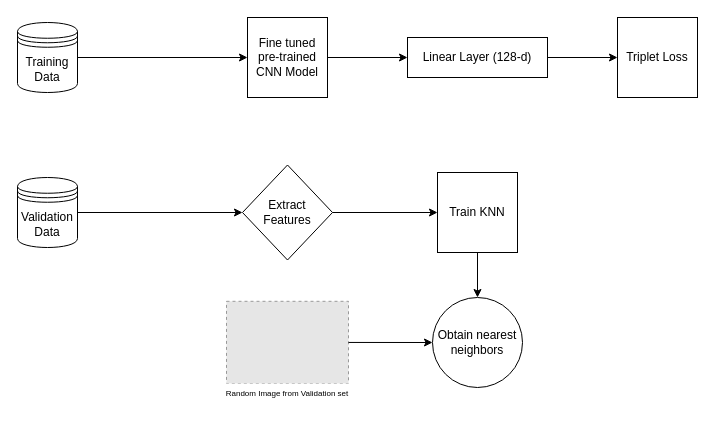
Earlier version of the draw.io diagram data/Indentical Image Retrieval.drawio (sayannath/Identical-Image-Retrieval). Source tidied: cells renumbered, new cells numbered last; positions are measured from the earlier drawing's top-left corner, leaving out a move shared by most shapes. Both pictures are drawn from the tidied source at 100%, with x=0, y=0 at pixel (17, 17). Pictures stored in the file or linked from it are replaced by grey dashed boxes.
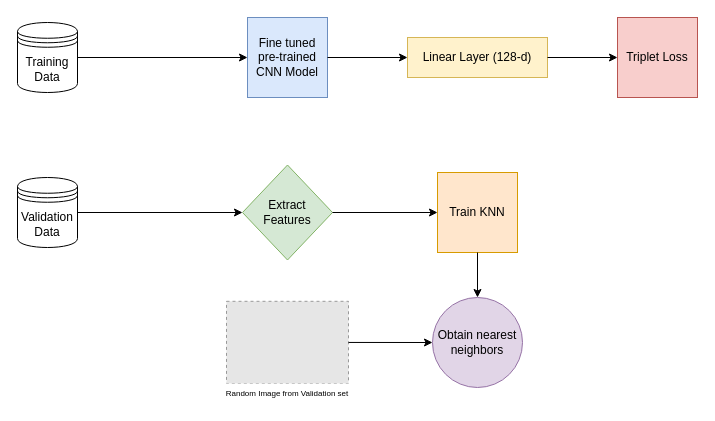
The same diagram, later.

What changed in the source:
```diff
@@
 <mxGraphModel>
   <root>
     <mxCell id="0" />
     <mxCell id="1" parent="0" />
     <mxCell id="2" value="Training&lt;br&gt;Data" style="shape=datastore;whiteSpace=wrap;html=1;" parent="1" vertex="1">
       <mxGeometry y="5" width="60" height="70" as="geometry" />
     </mxCell>
     <mxCell id="3" value="Validation&lt;br&gt;Data" style="shape=datastore;whiteSpace=wrap;html=1;" parent="1" vertex="1">
       <mxGeometry y="160" width="60" height="70" as="geometry" />
     </mxCell>
-    <mxCell id="4" value="Fine tuned pre-trained&lt;br&gt;CNN Model" style="whiteSpace=wrap;html=1;" parent="1" vertex="1">
+    <mxCell id="4" value="Fine tuned pre-trained&lt;br&gt;CNN Model" style="whiteSpace=wrap;html=1;fillColor=#dae8fc;strokeColor=#6c8ebf;" parent="1" vertex="1">
       <mxGeometry x="230" width="80" height="80" as="geometry" />
     </mxCell>
     <mxCell id="5" style="endArrow=classic;html=1;exitX=1;exitY=0.5;exitDx=0;exitDy=0;" parent="1" edge="1" source="2" target="4">
       <mxGeometry relative="1" as="geometry" />
     </mxCell>
-    <mxCell id="6" value="Linear Layer (128-d)" style="rounded=0;whiteSpace=wrap;html=1;" parent="1" vertex="1">
+    <mxCell id="6" value="Linear Layer (128-d)" style="rounded=0;whiteSpace=wrap;html=1;fillColor=#fff2cc;strokeColor=#d6b656;" parent="1" vertex="1">
       <mxGeometry x="390" y="20" width="140" height="40" as="geometry" />
     </mxCell>
-    <mxCell id="7" value="Triplet Loss" style="whiteSpace=wrap;html=1;" parent="1" vertex="1">
+    <mxCell id="7" value="Triplet Loss" style="whiteSpace=wrap;html=1;fillColor=#f8cecc;strokeColor=#b85450;" parent="1" vertex="1">
       <mxGeometry x="600" width="80" height="80" as="geometry" />
     </mxCell>
     <mxCell id="8" style="endArrow=classic;html=1;exitX=1;exitY=0.5;exitDx=0;exitDy=0;entryX=0;entryY=0.5;entryDx=0;entryDy=0;" parent="1" edge="1" source="4" target="6">
       <mxGeometry relative="1" as="geometry" />
     </mxCell>
     <mxCell id="9" style="endArrow=classic;html=1;entryX=0;entryY=0.5;entryDx=0;entryDy=0;exitX=1;exitY=0.5;exitDx=0;exitDy=0;" parent="1" edge="1" source="6" target="7">
       <mxGeometry relative="1" as="geometry" />
     </mxCell>
-    <mxCell id="10" value="Extract Features" style="rhombus;whiteSpace=wrap;html=1;" parent="1" vertex="1">
+    <mxCell id="10" value="Extract Features" style="rhombus;whiteSpace=wrap;html=1;fillColor=#d5e8d4;strokeColor=#82b366;" parent="1" vertex="1">
       <mxGeometry x="225" y="147.5" width="90" height="95" as="geometry" />
     </mxCell>
-    <mxCell id="11" value="Train KNN" style="whiteSpace=wrap;html=1;" parent="1" vertex="1">
+    <mxCell id="11" value="Train KNN" style="whiteSpace=wrap;html=1;fillColor=#ffe6cc;strokeColor=#d79b00;" parent="1" vertex="1">
       <mxGeometry x="420" y="155" width="80" height="80" as="geometry" />
     </mxCell>
-    <mxCell id="12" value="Obtain nearest neighbors" style="ellipse;whiteSpace=wrap;html=1;" parent="1" vertex="1">
+    <mxCell id="12" value="Obtain nearest neighbors" style="ellipse;whiteSpace=wrap;html=1;fillColor=#e1d5e7;strokeColor=#9673a6;" parent="1" vertex="1">
       <mxGeometry x="415" y="280" width="90" height="90" as="geometry" />
     </mxCell>
     <mxCell id="13" style="endArrow=classic;html=1;entryX=0;entryY=0.5;entryDx=0;entryDy=0;exitX=1;exitY=0.5;exitDx=0;exitDy=0;" parent="1" edge="1" source="3" target="10">
       <mxGeometry relative="1" as="geometry" />
     </mxCell>
     <mxCell id="14" style="endArrow=classic;html=1;entryX=0;entryY=0.5;entryDx=0;entryDy=0;exitX=1;exitY=0.5;exitDx=0;exitDy=0;" parent="1" edge="1" source="10" target="11">
       <mxGeometry relative="1" as="geometry" />
     </mxCell>
     <mxCell id="15" style="endArrow=classic;html=1;entryX=0.5;entryY=0;entryDx=0;entryDy=0;" parent="1" edge="1" source="11" target="12">
       <mxGeometry relative="1" as="geometry" />
     </mxCell>
     <mxCell id="16" style="fillColor=#E6E6E6;strokeColor=#999999;dashed=1;verticalLabelPosition=bottom;labelBackgroundColor=#ffffff;verticalAlign=top;" parent="1" vertex="1">
       <mxGeometry x="209" y="283.8" width="122" height="82.3" as="geometry" />
     </mxCell>
     <mxCell id="17" style="endArrow=classic;html=1;exitX=1;exitY=0.5;exitDx=0;exitDy=0;entryX=0;entryY=0.5;entryDx=0;entryDy=0;" parent="1" edge="1" source="16" target="12">
       <mxGeometry relative="1" as="geometry" />
     </mxCell>
     <mxCell id="18" value="Random Image from Validation set" style="text;html=1;strokeColor=none;align=center;verticalAlign=middle;whiteSpace=wrap;rounded=0;fillColor=#ffffff;fontSize=8;" parent="1" vertex="1">
       <mxGeometry x="175" y="366.1" width="190" height="20" as="geometry" />
     </mxCell>
   </root>
 </mxGraphModel>
```
